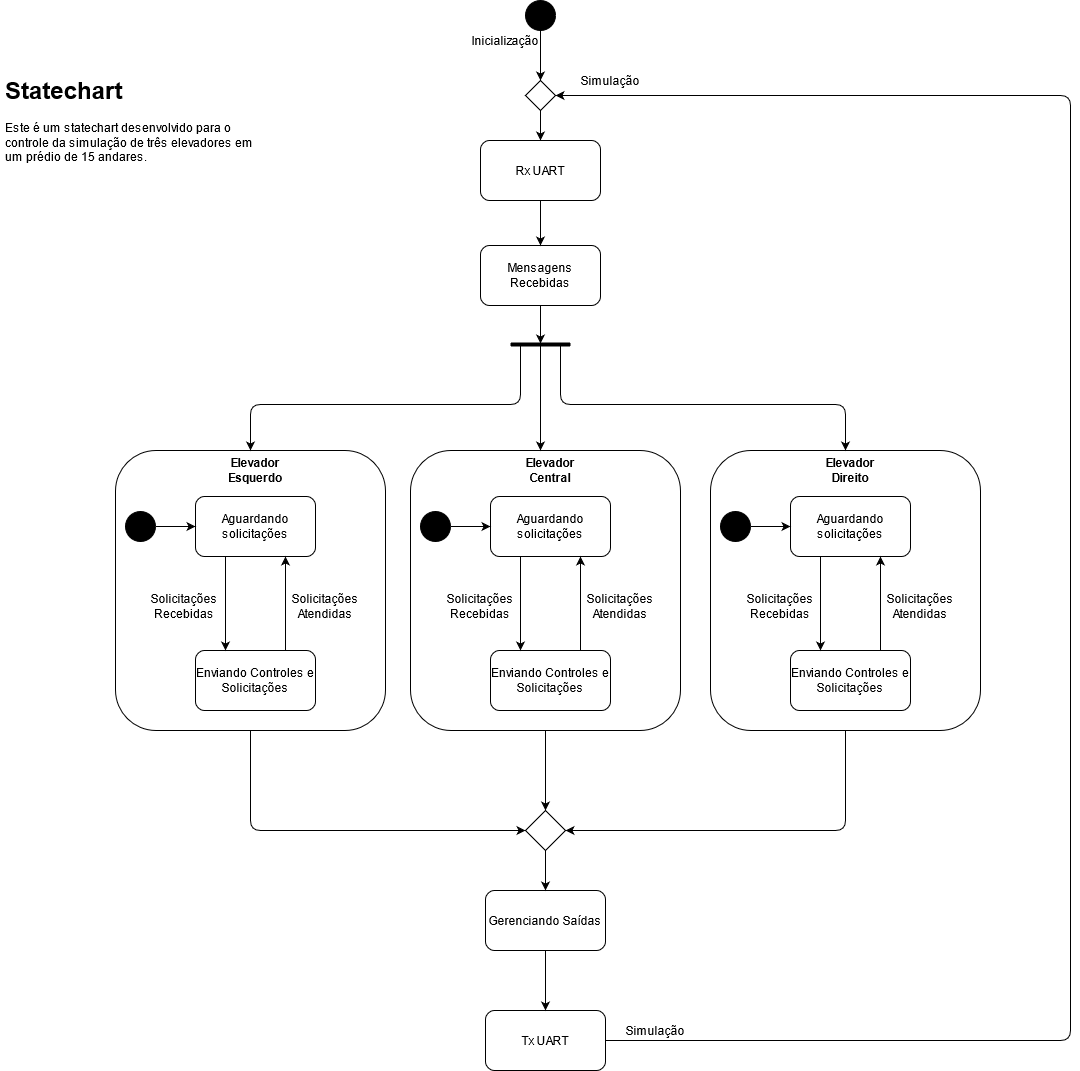
This is ProjetoFinal/Documents/Statechart_Elevador.png from bymarina/SistemasEmbarcados, a draw.io export, as it was before one commit. Source tidied: cells renumbered, new cells last; positions are measured from the earlier drawing's top-left corner, leaving out a move shared by most shapes.
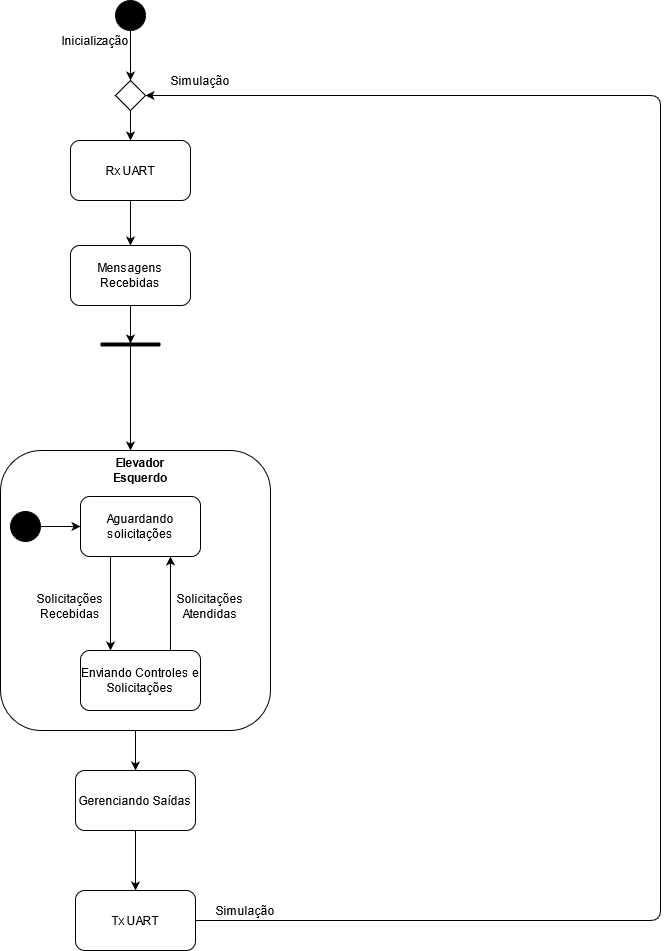
Above is the later version.

The edit, as a diff of the source:
```diff
@@ -2,9 +2,6 @@
   <root>
     <mxCell id="0" />
     <mxCell id="1" parent="0" />
-    <mxCell id="2" value="&lt;h1&gt;Statechart&lt;br&gt;&lt;/h1&gt;&lt;p&gt;Este é um statechart desenvolvido para o controle da simulação de três elevadores em um prédio de 15 andares.&lt;br&gt;&lt;/p&gt;" style="text;html=1;strokeColor=none;fillColor=none;spacing=5;spacingTop=-20;whiteSpace=wrap;overflow=hidden;rounded=0;" parent="1" vertex="1">
-      <mxGeometry y="70" width="260" height="120" as="geometry" />
-    </mxCell>
     <mxCell id="3" style="endArrow=none;html=1;strokeWidth=4;" parent="1" edge="1">
       <mxGeometry relative="1" as="geometry">
         <mxPoint x="510" y="344" as="sourcePoint" />
@@ -15,7 +12,7 @@
       <mxGeometry x="480" y="245" width="120" height="60" as="geometry" />
     </mxCell>
     <mxCell id="5" value="Gerenciando Saídas" style="rounded=1;whiteSpace=wrap;html=1;fillColor=#FFFFFF;" parent="1" vertex="1">
-      <mxGeometry x="485" y="890" width="120" height="60" as="geometry" />
+      <mxGeometry x="485" y="770" width="120" height="60" as="geometry" />
     </mxCell>
     <mxCell id="6" style="endArrow=classic;html=1;strokeWidth=1;entryX=0.5;entryY=0;entryDx=0;entryDy=0;" parent="1" edge="1">
       <mxGeometry relative="1" as="geometry">
@@ -23,43 +20,19 @@
         <mxPoint x="540" y="450" as="targetPoint" />
       </mxGeometry>
     </mxCell>
-    <mxCell id="7" style="endArrow=classic;html=1;strokeWidth=1;entryX=0.5;entryY=0;entryDx=0;entryDy=0;" parent="1" edge="1" target="47">
-      <mxGeometry relative="1" as="geometry">
-        <mxPoint x="520" y="344" as="sourcePoint" />
-        <Array as="points">
-          <mxPoint x="520" y="404" />
-          <mxPoint x="250" y="404" />
-        </Array>
-      </mxGeometry>
-    </mxCell>
     <mxCell id="8" style="endArrow=classic;html=1;strokeWidth=1;exitX=0.5;exitY=1;exitDx=0;exitDy=0;" parent="1" edge="1" source="4">
       <mxGeometry relative="1" as="geometry">
         <mxPoint x="540" y="343" as="targetPoint" />
       </mxGeometry>
     </mxCell>
-    <mxCell id="9" style="endArrow=classic;html=1;strokeWidth=1;entryX=0.5;entryY=0;entryDx=0;entryDy=0;" parent="1" edge="1" target="25">
-      <mxGeometry relative="1" as="geometry">
-        <mxPoint x="560" y="344" as="sourcePoint" />
-        <Array as="points">
-          <mxPoint x="560" y="404" />
-          <mxPoint x="845" y="404" />
-        </Array>
-      </mxGeometry>
-    </mxCell>
     <mxCell id="10" style="edgeStyle=orthogonalEdgeStyle;rounded=0;jettySize=auto;html=1;strokeWidth=1;startArrow=none;" parent="1" edge="1" source="19" target="15">
       <mxGeometry relative="1" as="geometry" />
     </mxCell>
     <mxCell id="11" style="ellipse;whiteSpace=wrap;html=1;fillColor=#000000;" parent="1" vertex="1">
       <mxGeometry x="525" width="30" height="30" as="geometry" />
     </mxCell>
-    <mxCell id="12" style="rhombus;whiteSpace=wrap;html=1;fillColor=#ffffff;" parent="1" vertex="1">
-      <mxGeometry x="525" y="810" width="40" height="40" as="geometry" />
-    </mxCell>
-    <mxCell id="13" style="endArrow=classic;html=1;strokeWidth=1;exitX=0.5;exitY=1;exitDx=0;exitDy=0;entryX=0.5;entryY=0;entryDx=0;entryDy=0;" parent="1" edge="1" source="12" target="5">
-      <mxGeometry relative="1" as="geometry" />
-    </mxCell>
     <mxCell id="14" value="Tx UART" style="rounded=1;whiteSpace=wrap;html=1;fillColor=#ffffff;" parent="1" vertex="1">
-      <mxGeometry x="485" y="1010" width="120" height="60" as="geometry" />
+      <mxGeometry x="485" y="890" width="120" height="60" as="geometry" />
     </mxCell>
     <mxCell id="15" value="Rx UART" style="rounded=1;whiteSpace=wrap;html=1;fillColor=#ffffff;" parent="1" vertex="1">
       <mxGeometry x="480" y="140" width="120" height="60" as="geometry" />
@@ -69,13 +42,13 @@
     </mxCell>
     <mxCell id="17" style="endArrow=classic;html=1;strokeWidth=1;exitX=0.5;exitY=1;exitDx=0;exitDy=0;" parent="1" edge="1" target="14">
       <mxGeometry relative="1" as="geometry">
-        <mxPoint x="545" y="950" as="sourcePoint" />
+        <mxPoint x="545" y="830" as="sourcePoint" />
       </mxGeometry>
     </mxCell>
     <mxCell id="18" style="endArrow=classic;html=1;strokeWidth=1;exitX=1;exitY=0.5;exitDx=0;exitDy=0;entryX=1;entryY=0.5;entryDx=0;entryDy=0;" parent="1" edge="1" source="14" target="19">
       <mxGeometry relative="1" as="geometry">
         <Array as="points">
-          <mxPoint x="1070" y="1040" />
+          <mxPoint x="1070" y="920" />
           <mxPoint x="1070" y="95" />
         </Array>
       </mxGeometry>
@@ -84,7 +57,7 @@
       <mxGeometry x="525" y="80" width="30" height="30" as="geometry" />
     </mxCell>
     <mxCell id="20" value="Simulação" style="text;html=1;strokeColor=none;fillColor=none;align=center;verticalAlign=middle;whiteSpace=wrap;rounded=0;" parent="1" vertex="1">
-      <mxGeometry x="635" y="1020" width="40" height="20" as="geometry" />
+      <mxGeometry x="635" y="900" width="40" height="20" as="geometry" />
     </mxCell>
     <mxCell id="21" value="Simulação" style="text;html=1;strokeColor=none;fillColor=none;align=center;verticalAlign=middle;whiteSpace=wrap;rounded=0;" parent="1" vertex="1">
       <mxGeometry x="590" y="70" width="40" height="20" as="geometry" />
@@ -95,41 +68,6 @@
     <mxCell id="23" value="Inicialização" style="text;html=1;strokeColor=none;fillColor=none;align=center;verticalAlign=middle;whiteSpace=wrap;rounded=0;" parent="1" vertex="1">
       <mxGeometry x="485" y="30" width="40" height="20" as="geometry" />
     </mxCell>
-    <mxCell id="24" style="group;" parent="1" vertex="1">
-      <mxGeometry x="710" y="450" width="270" height="280" as="geometry" />
-    </mxCell>
-    <mxCell id="25" style="rounded=1;whiteSpace=wrap;html=1;fillColor=none;" parent="24" vertex="1">
-      <mxGeometry width="270" height="280" as="geometry" />
-    </mxCell>
-    <mxCell id="26" value="Enviando Controles e Solicitações" style="rounded=1;whiteSpace=wrap;html=1;fillColor=#FFFFFF;" parent="24" vertex="1">
-      <mxGeometry x="80" y="200" width="120" height="60" as="geometry" />
-    </mxCell>
-    <mxCell id="27" value="&lt;b&gt;Elevador Direito&lt;/b&gt;" style="text;html=1;strokeColor=none;fillColor=none;align=center;verticalAlign=middle;whiteSpace=wrap;rounded=0;" parent="24" vertex="1">
-      <mxGeometry x="95" y="10" width="90" height="20" as="geometry" />
-    </mxCell>
-    <mxCell id="28" value="Aguardando solicitações" style="rounded=1;whiteSpace=wrap;html=1;" parent="24" vertex="1">
-      <mxGeometry x="80" y="46" width="120" height="60" as="geometry" />
-    </mxCell>
-    <mxCell id="29" style="ellipse;whiteSpace=wrap;html=1;fillColor=#000000;" parent="24" vertex="1">
-      <mxGeometry x="10" y="61" width="30" height="30" as="geometry" />
-    </mxCell>
-    <mxCell id="30" style="endArrow=classic;html=1;strokeWidth=1;exitX=1;exitY=0.5;exitDx=0;exitDy=0;entryX=0;entryY=0.5;entryDx=0;entryDy=0;" parent="24" edge="1" source="29" target="28">
-      <mxGeometry x="-20" y="10" as="geometry" />
-    </mxCell>
-    <mxCell id="31" style="endArrow=classic;html=1;strokeWidth=1;exitX=0.25;exitY=1;exitDx=0;exitDy=0;entryX=0.25;entryY=0;entryDx=0;entryDy=0;" parent="24" edge="1" source="28" target="26">
-      <mxGeometry x="-20" y="10" as="geometry" />
-    </mxCell>
-    <mxCell id="32" style="endArrow=classic;html=1;strokeWidth=1;entryX=0.75;entryY=1;entryDx=0;entryDy=0;" parent="24" edge="1" target="28">
-      <mxGeometry x="-20" y="10" as="geometry">
-        <mxPoint x="170" y="200" as="sourcePoint" />
-      </mxGeometry>
-    </mxCell>
-    <mxCell id="33" value="Solicitações Recebidas" style="text;html=1;strokeColor=none;fillColor=none;align=center;verticalAlign=middle;whiteSpace=wrap;rounded=0;" parent="24" vertex="1">
-      <mxGeometry x="49.5" y="146" width="40" height="20" as="geometry" />
-    </mxCell>
-    <mxCell id="34" value="Solicitações Atendidas" style="text;html=1;strokeColor=none;fillColor=none;align=center;verticalAlign=middle;whiteSpace=wrap;rounded=0;" parent="24" vertex="1">
-      <mxGeometry x="190" y="146" width="40" height="20" as="geometry" />
-    </mxCell>
     <mxCell id="35" style="group;" parent="1" vertex="1">
       <mxGeometry x="410" y="450" width="270" height="280" as="geometry" />
     </mxCell>
@@ -139,7 +77,7 @@
     <mxCell id="37" value="Enviando Controles e Solicitações" style="rounded=1;whiteSpace=wrap;html=1;fillColor=#FFFFFF;" parent="35" vertex="1">
       <mxGeometry x="80" y="200" width="120" height="60" as="geometry" />
     </mxCell>
-    <mxCell id="38" value="&lt;b&gt;Elevador Central&lt;br&gt;&lt;/b&gt;" style="text;html=1;strokeColor=none;fillColor=none;align=center;verticalAlign=middle;whiteSpace=wrap;rounded=0;" parent="35" vertex="1">
+    <mxCell id="38" value="&lt;b&gt;Elevador Esquerdo&lt;br&gt;&lt;/b&gt;" style="text;html=1;strokeColor=none;fillColor=none;align=center;verticalAlign=middle;whiteSpace=wrap;rounded=0;" parent="35" vertex="1">
       <mxGeometry x="95" y="10" width="90" height="20" as="geometry" />
     </mxCell>
     <mxCell id="39" value="Aguardando solicitações" style="rounded=1;whiteSpace=wrap;html=1;" parent="35" vertex="1">
@@ -165,57 +103,8 @@
     <mxCell id="45" value="Solicitações Atendidas" style="text;html=1;strokeColor=none;fillColor=none;align=center;verticalAlign=middle;whiteSpace=wrap;rounded=0;" parent="35" vertex="1">
       <mxGeometry x="190" y="146" width="40" height="20" as="geometry" />
     </mxCell>
-    <mxCell id="46" style="group;" parent="1" vertex="1">
-      <mxGeometry x="115" y="450" width="270" height="280" as="geometry" />
-    </mxCell>
-    <mxCell id="47" style="rounded=1;whiteSpace=wrap;html=1;fillColor=none;" parent="46" vertex="1">
-      <mxGeometry width="270" height="280" as="geometry" />
-    </mxCell>
-    <mxCell id="48" value="Enviando Controles e Solicitações" style="rounded=1;whiteSpace=wrap;html=1;fillColor=#FFFFFF;" parent="46" vertex="1">
-      <mxGeometry x="80" y="200" width="120" height="60" as="geometry" />
-    </mxCell>
-    <mxCell id="49" value="&lt;b&gt;Elevador Esquerdo&lt;br&gt;&lt;/b&gt;" style="text;html=1;strokeColor=none;fillColor=none;align=center;verticalAlign=middle;whiteSpace=wrap;rounded=0;" parent="46" vertex="1">
-      <mxGeometry x="95" y="10" width="90" height="20" as="geometry" />
-    </mxCell>
-    <mxCell id="50" value="Aguardando solicitações" style="rounded=1;whiteSpace=wrap;html=1;" parent="46" vertex="1">
-      <mxGeometry x="80" y="46" width="120" height="60" as="geometry" />
-    </mxCell>
-    <mxCell id="51" style="ellipse;whiteSpace=wrap;html=1;fillColor=#000000;" parent="46" vertex="1">
-      <mxGeometry x="10" y="61" width="30" height="30" as="geometry" />
-    </mxCell>
-    <mxCell id="52" style="endArrow=classic;html=1;strokeWidth=1;exitX=1;exitY=0.5;exitDx=0;exitDy=0;entryX=0;entryY=0.5;entryDx=0;entryDy=0;" parent="46" edge="1" source="51" target="50">
-      <mxGeometry x="-20" y="10" as="geometry" />
-    </mxCell>
-    <mxCell id="53" style="endArrow=classic;html=1;strokeWidth=1;exitX=0.25;exitY=1;exitDx=0;exitDy=0;entryX=0.25;entryY=0;entryDx=0;entryDy=0;" parent="46" edge="1" source="50" target="48">
-      <mxGeometry x="-20" y="10" as="geometry" />
-    </mxCell>
-    <mxCell id="54" style="endArrow=classic;html=1;strokeWidth=1;entryX=0.75;entryY=1;entryDx=0;entryDy=0;" parent="46" edge="1" target="50">
-      <mxGeometry x="-20" y="10" as="geometry">
-        <mxPoint x="170" y="200" as="sourcePoint" />
-      </mxGeometry>
-    </mxCell>
-    <mxCell id="55" value="Solicitações Recebidas" style="text;html=1;strokeColor=none;fillColor=none;align=center;verticalAlign=middle;whiteSpace=wrap;rounded=0;" parent="46" vertex="1">
-      <mxGeometry x="49.5" y="146" width="40" height="20" as="geometry" />
-    </mxCell>
-    <mxCell id="56" value="Solicitações Atendidas" style="text;html=1;strokeColor=none;fillColor=none;align=center;verticalAlign=middle;whiteSpace=wrap;rounded=0;" parent="46" vertex="1">
-      <mxGeometry x="190" y="146" width="40" height="20" as="geometry" />
-    </mxCell>
-    <mxCell id="57" style="endArrow=classic;html=1;exitX=0.5;exitY=1;exitDx=0;exitDy=0;entryX=0.5;entryY=0;entryDx=0;entryDy=0;" parent="1" edge="1" source="36" target="12">
+    <mxCell id="57" style="endArrow=classic;html=1;exitX=0.5;exitY=1;exitDx=0;exitDy=0;entryX=0.5;entryY=0;entryDx=0;entryDy=0;" parent="1" edge="1" source="36" target="5">
       <mxGeometry relative="1" as="geometry" />
     </mxCell>
-    <mxCell id="58" style="endArrow=classic;html=1;exitX=0.5;exitY=1;exitDx=0;exitDy=0;entryX=1;entryY=0.5;entryDx=0;entryDy=0;" parent="1" edge="1" source="25" target="12">
-      <mxGeometry relative="1" as="geometry">
-        <Array as="points">
-          <mxPoint x="845" y="830" />
-        </Array>
-      </mxGeometry>
-    </mxCell>
-    <mxCell id="59" style="endArrow=classic;html=1;exitX=0.5;exitY=1;exitDx=0;exitDy=0;entryX=0;entryY=0.5;entryDx=0;entryDy=0;" parent="1" edge="1" source="47" target="12">
-      <mxGeometry relative="1" as="geometry">
-        <Array as="points">
-          <mxPoint x="250" y="830" />
-        </Array>
-      </mxGeometry>
-    </mxCell>
   </root>
 </mxGraphModel>
```
